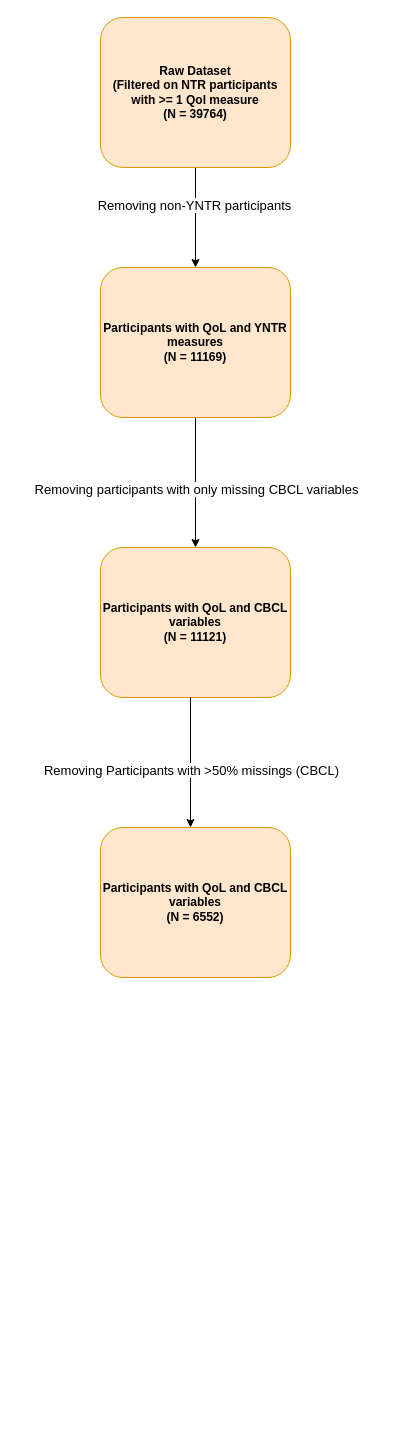
Earlier version of the draw.io diagram doc/Flowchart_N_subjects.drawio (RDaveML/ML_WB_longitudinal_CBCL_PGS_LGM). Source tidied: cells renumbered, new cells numbered last; positions are measured from the earlier drawing's top-left corner, leaving out a move shared by most shapes. Both pictures are drawn from the tidied source at 100%, with x=0, y=0 at pixel (100, 17).
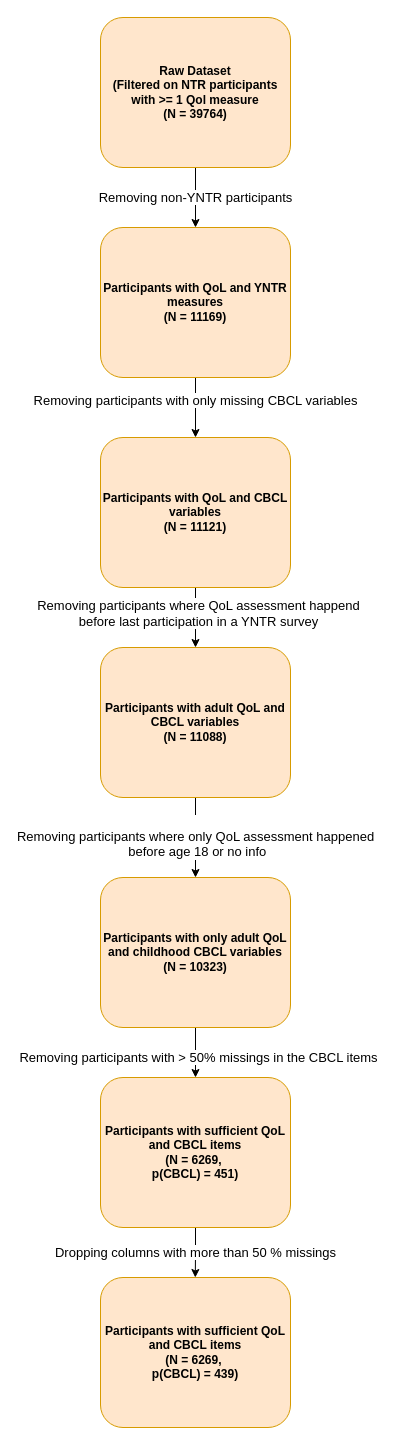
The same diagram, later.

Commit message (it also covers changes not shown here):
covariate calculation finished, filtering and cleaning CBCL finished, scripts longitudinal variables created, scripts renamed

The edit, as a diff of the source:
```diff
@@
 <mxGraphModel>
   <root>
     <mxCell id="0" />
     <mxCell id="1" parent="0" />
-    <mxCell id="2" style="edgeStyle=orthogonalEdgeStyle;rounded=0;jettySize=auto;html=1;exitX=0.5;exitY=1;exitDx=0;exitDy=0;" parent="1" edge="1" source="4">
-      <mxGeometry relative="1" as="geometry">
-        <mxPoint x="95" y="250" as="targetPoint" />
-      </mxGeometry>
-    </mxCell>
-    <mxCell id="3" value="&lt;font style=&quot;font-size: 13px;&quot;&gt;Removing non-YNTR participants&lt;/font&gt;" style="edgeLabel;html=1;align=center;verticalAlign=middle;" parent="2" vertex="1">
-      <mxGeometry x="-0.26" y="-2" relative="1" as="geometry" />
+    <mxCell id="3" value="&lt;font style=&quot;font-size: 13px;&quot;&gt;Removing non-YNTR participants&lt;/font&gt;" style="edgeStyle=orthogonalEdgeStyle;rounded=0;jettySize=auto;html=1;exitX=0.5;exitY=1;exitDx=0;exitDy=0;entryX=0.5;entryY=0;entryDx=0;entryDy=0;" parent="1" edge="1" source="4" target="7">
+      <mxGeometry relative="1" as="geometry" />
     </mxCell>
     <mxCell id="4" value="&lt;b&gt;Raw Dataset&lt;/b&gt;&lt;div&gt;&lt;b&gt;(Filtered on NTR participants with &amp;gt;= 1 Qol measure&lt;/b&gt;&lt;/div&gt;&lt;div&gt;&lt;b&gt;(N = 39764)&lt;/b&gt;&lt;/div&gt;" style="rounded=1;whiteSpace=wrap;html=1;fillColor=#ffe6cc;strokeColor=#d79b00;" parent="1" vertex="1">
       <mxGeometry width="190" height="150" as="geometry" />
     </mxCell>
-    <mxCell id="5" style="edgeStyle=orthogonalEdgeStyle;rounded=0;jettySize=auto;html=1;exitX=0.5;exitY=1;exitDx=0;exitDy=0;" parent="1" edge="1" source="7">
-      <mxGeometry relative="1" as="geometry">
-        <mxPoint x="95" y="530" as="targetPoint" />
-      </mxGeometry>
-    </mxCell>
+    <mxCell id="12" style="edgeStyle=orthogonalEdgeStyle;rounded=0;jettySize=auto;html=1;exitX=0.5;exitY=1;exitDx=0;exitDy=0;entryX=0.5;entryY=0;entryDx=0;entryDy=0;" parent="1" edge="1" source="7" target="8">
+      <mxGeometry relative="1" as="geometry" />
+    </mxCell>
-    <mxCell id="6" value="&lt;font style=&quot;font-size: 13px;&quot;&gt;Removing participants with only missing CBCL variables&lt;/font&gt;" style="edgeLabel;html=1;align=center;verticalAlign=middle;" parent="5" vertex="1">
-      <mxGeometry x="0.09" relative="1" as="geometry">
-        <mxPoint y="1" as="offset" />
-      </mxGeometry>
+    <mxCell id="6" value="&lt;font style=&quot;font-size: 13px;&quot;&gt;Removing participants with only missing CBCL variables&lt;/font&gt;" style="edgeLabel;html=1;align=center;verticalAlign=middle;" parent="12" vertex="1">
+      <mxGeometry x="-0.26" y="-1" relative="1" as="geometry" />
     </mxCell>
     <mxCell id="7" value="&lt;b&gt;Participants with QoL and YNTR measures&lt;/b&gt;&lt;div&gt;&lt;b&gt;(N = 11169)&lt;/b&gt;&lt;/div&gt;" style="rounded=1;whiteSpace=wrap;html=1;fillColor=#ffe6cc;strokeColor=#d79b00;" parent="1" vertex="1">
-      <mxGeometry y="250" width="190" height="150" as="geometry" />
+      <mxGeometry y="210" width="190" height="150" as="geometry" />
     </mxCell>
+    <mxCell id="13" style="edgeStyle=orthogonalEdgeStyle;rounded=0;jettySize=auto;html=1;exitX=0.5;exitY=1;exitDx=0;exitDy=0;entryX=0.5;entryY=0;entryDx=0;entryDy=0;" parent="1" edge="1" source="8" target="18">
+      <mxGeometry relative="1" as="geometry" />
+    </mxCell>
+    <mxCell id="14" style="edgeLabel;html=1;align=center;verticalAlign=middle;" parent="13" vertex="1">
+      <mxGeometry x="0.23" relative="1" as="geometry" />
+    </mxCell>
+    <mxCell id="15" value="&lt;font style=&quot;font-size: 13px;&quot;&gt;Removing participants where QoL assessment happend&lt;/font&gt;&lt;div style=&quot;font-size: 13px;&quot;&gt;&lt;font style=&quot;font-size: 13px;&quot;&gt;before last participation in a YNTR survey&lt;/font&gt;&lt;/div&gt;" style="edgeLabel;html=1;align=center;verticalAlign=middle;" parent="13" vertex="1">
+      <mxGeometry x="-0.18" y="2" relative="1" as="geometry" />
+    </mxCell>
     <mxCell id="8" value="&lt;b&gt;Participants with QoL and CBCL variables&lt;/b&gt;&lt;div&gt;&lt;b&gt;(N = 11121)&lt;/b&gt;&lt;/div&gt;" style="rounded=1;whiteSpace=wrap;html=1;fillColor=#ffe6cc;strokeColor=#d79b00;" parent="1" vertex="1">
-      <mxGeometry y="530" width="190" height="150" as="geometry" />
+      <mxGeometry y="420" width="190" height="150" as="geometry" />
     </mxCell>
-    <mxCell id="9" style="edgeStyle=orthogonalEdgeStyle;rounded=0;orthogonalLoop=1;jettySize=auto;html=1;exitX=0.5;exitY=1;exitDx=0;exitDy=0;" parent="1" edge="1">
-      <mxGeometry relative="1" as="geometry">
-        <mxPoint x="90" y="680" as="sourcePoint" />
-        <mxPoint x="90" y="810" as="targetPoint" />
-      </mxGeometry>
-    </mxCell>
-    <mxCell id="10" value="&lt;font style=&quot;font-size: 13px;&quot;&gt;Removing Participants with &amp;gt;50% missings (CBCL)&lt;/font&gt;" style="edgeLabel;html=1;align=center;verticalAlign=middle;" parent="9" vertex="1">
-      <mxGeometry x="0.09" relative="1" as="geometry">
-        <mxPoint y="1" as="offset" />
-      </mxGeometry>
-    </mxCell>
+    <mxCell id="16" value="&lt;font style=&quot;font-size: 13px;&quot;&gt;Dropping columns with more than 50 % missings&lt;/font&gt;" style="edgeStyle=orthogonalEdgeStyle;rounded=0;jettySize=auto;html=1;exitX=0.5;exitY=1;exitDx=0;exitDy=0;" parent="1" edge="1" source="11">
+      <mxGeometry relative="1" as="geometry">
+        <mxPoint x="94.8" y="1260" as="targetPoint" />
+      </mxGeometry>
+    </mxCell>
-    <mxCell id="11" value="&lt;b&gt;Participants with QoL and CBCL variables&lt;/b&gt;&lt;div&gt;&lt;b&gt;(N = 6552)&lt;/b&gt;&lt;/div&gt;" style="rounded=1;whiteSpace=wrap;html=1;fillColor=#ffe6cc;strokeColor=#d79b00;" parent="1" vertex="1">
-      <mxGeometry y="810" width="190" height="150" as="geometry" />
+    <mxCell id="11" value="&lt;b&gt;Participants with sufficient QoL and CBCL items&lt;/b&gt;&lt;div&gt;&lt;b&gt;(N = 6269,&amp;nbsp;&lt;/b&gt;&lt;/div&gt;&lt;div&gt;&lt;b&gt;p(CBCL) = 451)&lt;/b&gt;&lt;/div&gt;" style="rounded=1;whiteSpace=wrap;html=1;fillColor=#ffe6cc;strokeColor=#d79b00;" parent="1" vertex="1">
+      <mxGeometry y="1060" width="190" height="150" as="geometry" />
     </mxCell>
+    <mxCell id="17" value="&lt;br&gt;&lt;font style=&quot;forced-color-adjust: none; color: rgb(0, 0, 0); font-family: Helvetica; font-style: normal; font-variant-ligatures: normal; font-variant-caps: normal; font-weight: 400; letter-spacing: normal; orphans: 2; text-align: center; text-indent: 0px; text-transform: none; widows: 2; word-spacing: 0px; -webkit-text-stroke-width: 0px; white-space: nowrap; text-decoration-thickness: initial; text-decoration-style: initial; text-decoration-color: initial; font-size: 13px;&quot;&gt;Removing participants where only QoL assessment happened&lt;/font&gt;&lt;div style=&quot;forced-color-adjust: none; color: rgb(0, 0, 0); font-family: Helvetica; font-style: normal; font-variant-ligatures: normal; font-variant-caps: normal; font-weight: 400; letter-spacing: normal; orphans: 2; text-align: center; text-indent: 0px; text-transform: none; widows: 2; word-spacing: 0px; -webkit-text-stroke-width: 0px; white-space: nowrap; text-decoration-thickness: initial; text-decoration-style: initial; text-decoration-color: initial; font-size: 13px;&quot;&gt;&lt;font style=&quot;forced-color-adjust: none; font-size: 13px;&quot;&gt;&amp;nbsp;before age 18 or no info&lt;/font&gt;&lt;/div&gt;" style="edgeStyle=orthogonalEdgeStyle;rounded=0;jettySize=auto;html=1;entryX=0.5;entryY=0;entryDx=0;entryDy=0;" parent="1" edge="1" source="18" target="21">
+      <mxGeometry relative="1" as="geometry" />
+    </mxCell>
+    <mxCell id="18" value="&lt;b&gt;Participants with adult QoL and CBCL variables&lt;/b&gt;&lt;div&gt;&lt;b&gt;(N = 11088)&lt;/b&gt;&lt;/div&gt;" style="rounded=1;whiteSpace=wrap;html=1;fillColor=#ffe6cc;strokeColor=#d79b00;" parent="1" vertex="1">
+      <mxGeometry y="630" width="190" height="150" as="geometry" />
+    </mxCell>
+    <mxCell id="19" style="edgeStyle=orthogonalEdgeStyle;rounded=0;jettySize=auto;html=1;exitX=0.5;exitY=1;exitDx=0;exitDy=0;entryX=0.5;entryY=0;entryDx=0;entryDy=0;" parent="1" edge="1" source="21" target="11">
+      <mxGeometry relative="1" as="geometry" />
+    </mxCell>
+    <mxCell id="20" value="&lt;font style=&quot;font-size: 13px;&quot;&gt;Removing participants with &amp;gt; 50% missings in the CBCL items&lt;/font&gt;" style="edgeLabel;html=1;align=center;verticalAlign=middle;" parent="19" vertex="1">
+      <mxGeometry x="0.16" y="2" relative="1" as="geometry" />
+    </mxCell>
+    <mxCell id="21" value="&lt;b&gt;Participants with only adult QoL and childhood CBCL variables&lt;/b&gt;&lt;div&gt;&lt;b&gt;(N = 10323)&lt;/b&gt;&lt;/div&gt;" style="rounded=1;whiteSpace=wrap;html=1;fillColor=#ffe6cc;strokeColor=#d79b00;" parent="1" vertex="1">
+      <mxGeometry y="860" width="190" height="150" as="geometry" />
+    </mxCell>
+    <mxCell id="22" value="&lt;b&gt;Participants with sufficient QoL and CBCL items&lt;/b&gt;&lt;div&gt;&lt;b&gt;(N = 6269,&amp;nbsp;&lt;/b&gt;&lt;/div&gt;&lt;div&gt;&lt;b&gt;p(CBCL) = 439)&lt;/b&gt;&lt;/div&gt;" style="rounded=1;whiteSpace=wrap;html=1;fillColor=#ffe6cc;strokeColor=#d79b00;" parent="1" vertex="1">
+      <mxGeometry y="1260" width="190" height="150" as="geometry" />
+    </mxCell>
   </root>
 </mxGraphModel>
```
